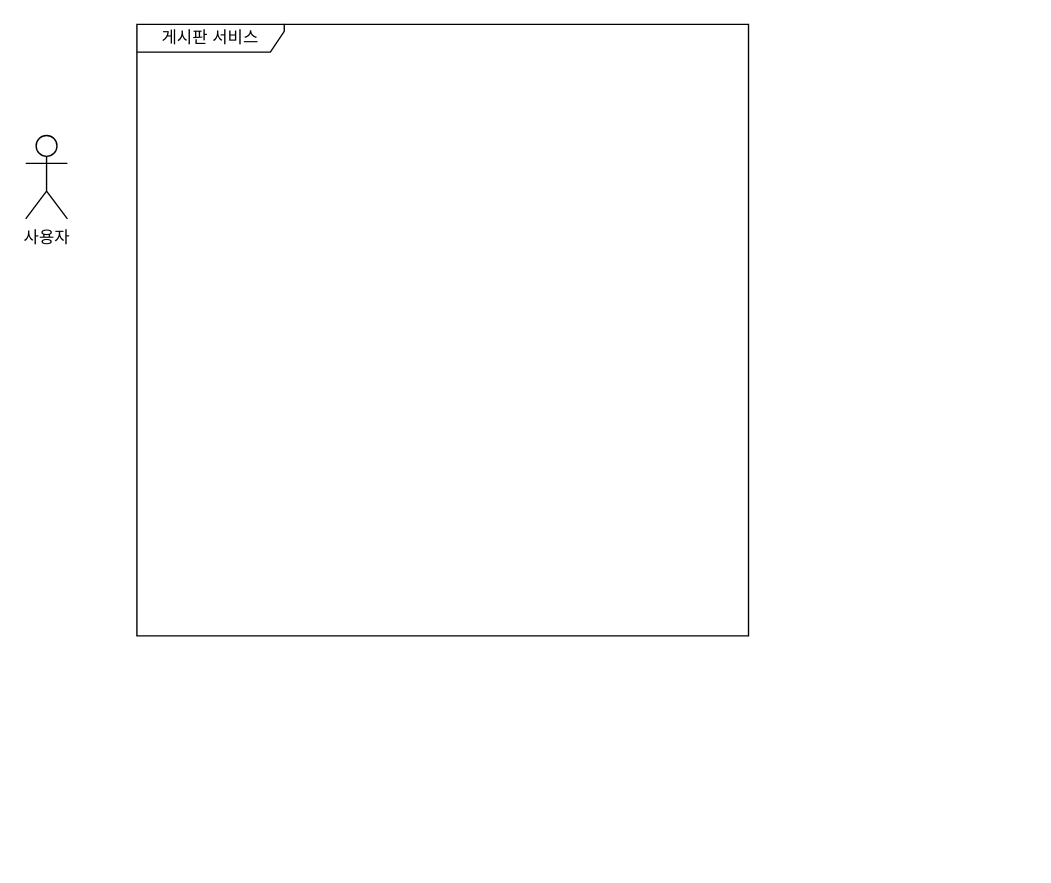
Earlier version of the draw.io diagram document/제목 없는 다이어그램.drawio (YY-Tech/practice-project-board). Source tidied: cells renumbered, new cells numbered last; positions are measured from the earlier drawing's top-left corner, leaving out a move shared by most shapes. Both pictures are drawn from the tidied source at 139%, with x=0, y=0 at pixel (25, 24).
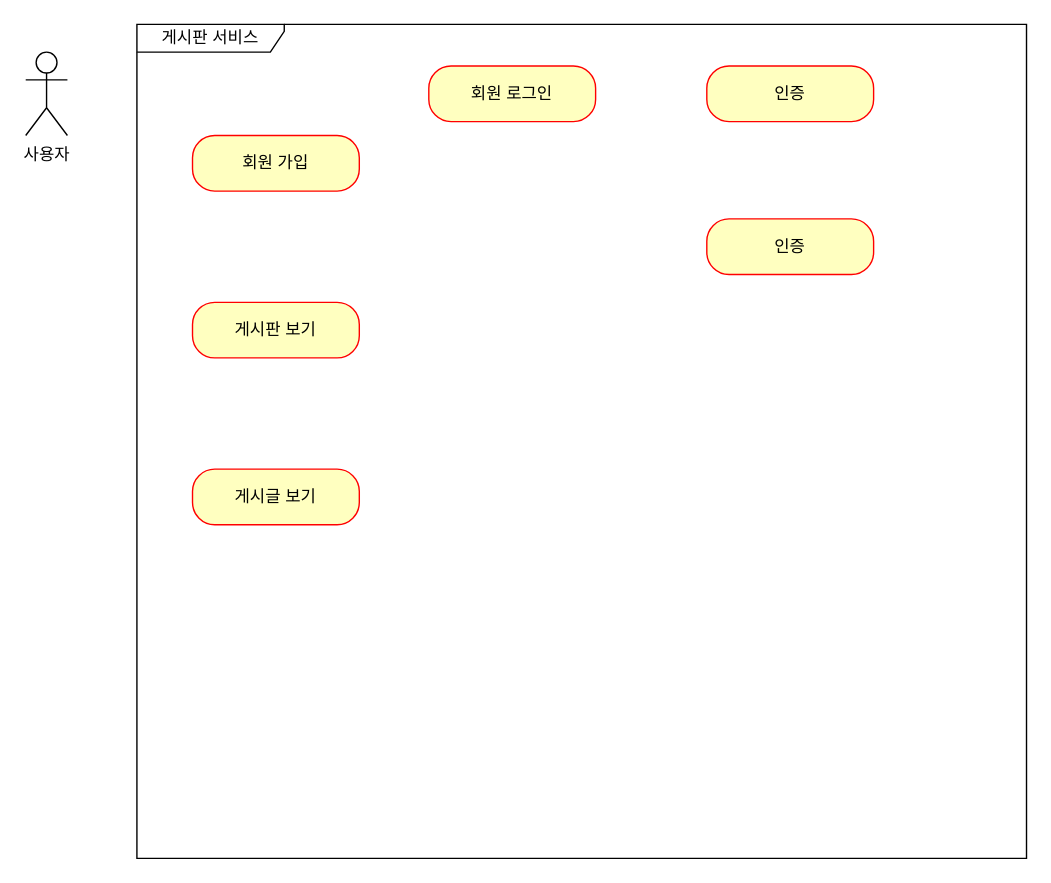
The same page after the edit.

Commit message:
제목 없는 다이어그램.drawio 업데이트

What changed in the source:
```diff
@@
 <mxGraphModel>
   <root>
     <mxCell id="0" />
     <mxCell id="1" parent="0" />
     <mxCell id="2" value="사용자" style="shape=umlActor;verticalLabelPosition=bottom;verticalAlign=top;html=1;" parent="1" vertex="1">
-      <mxGeometry y="80" width="30" height="60" as="geometry" />
+      <mxGeometry y="20" width="30" height="60" as="geometry" />
     </mxCell>
     <mxCell id="3" value="게시판 서비스" style="shape=umlFrame;whiteSpace=wrap;html=1;width=106;height=20;" parent="1" vertex="1">
-      <mxGeometry x="80" width="440" height="440" as="geometry" />
+      <mxGeometry x="80" width="640" height="600" as="geometry" />
     </mxCell>
+    <mxCell id="4" value="회원 가입" style="rounded=1;whiteSpace=wrap;html=1;arcSize=40;fontColor=#000000;fillColor=#ffffc0;strokeColor=#ff0000;" parent="1" vertex="1">
+      <mxGeometry x="120" y="80" width="120" height="40" as="geometry" />
+    </mxCell>
+    <mxCell id="5" value="게시판 보기" style="rounded=1;whiteSpace=wrap;html=1;arcSize=40;fontColor=#000000;fillColor=#ffffc0;strokeColor=#ff0000;" parent="1" vertex="1">
+      <mxGeometry x="120" y="200" width="120" height="40" as="geometry" />
+    </mxCell>
+    <mxCell id="6" value="게시글 보기" style="rounded=1;whiteSpace=wrap;html=1;arcSize=40;fontColor=#000000;fillColor=#ffffc0;strokeColor=#ff0000;" parent="1" vertex="1">
+      <mxGeometry x="120" y="320" width="120" height="40" as="geometry" />
+    </mxCell>
+    <mxCell id="7" value="회원 로그인" style="rounded=1;whiteSpace=wrap;html=1;arcSize=40;fontColor=#000000;fillColor=#ffffc0;strokeColor=#ff0000;" parent="1" vertex="1">
+      <mxGeometry x="290" y="30" width="120" height="40" as="geometry" />
+    </mxCell>
+    <mxCell id="8" value="인증" style="rounded=1;whiteSpace=wrap;html=1;arcSize=40;fontColor=#000000;fillColor=#ffffc0;strokeColor=#ff0000;" parent="1" vertex="1">
+      <mxGeometry x="490" y="30" width="120" height="40" as="geometry" />
+    </mxCell>
+    <mxCell id="9" value="인증" style="rounded=1;whiteSpace=wrap;html=1;arcSize=40;fontColor=#000000;fillColor=#ffffc0;strokeColor=#ff0000;" parent="1" vertex="1">
+      <mxGeometry x="490" y="140" width="120" height="40" as="geometry" />
+    </mxCell>
   </root>
 </mxGraphModel>
```
